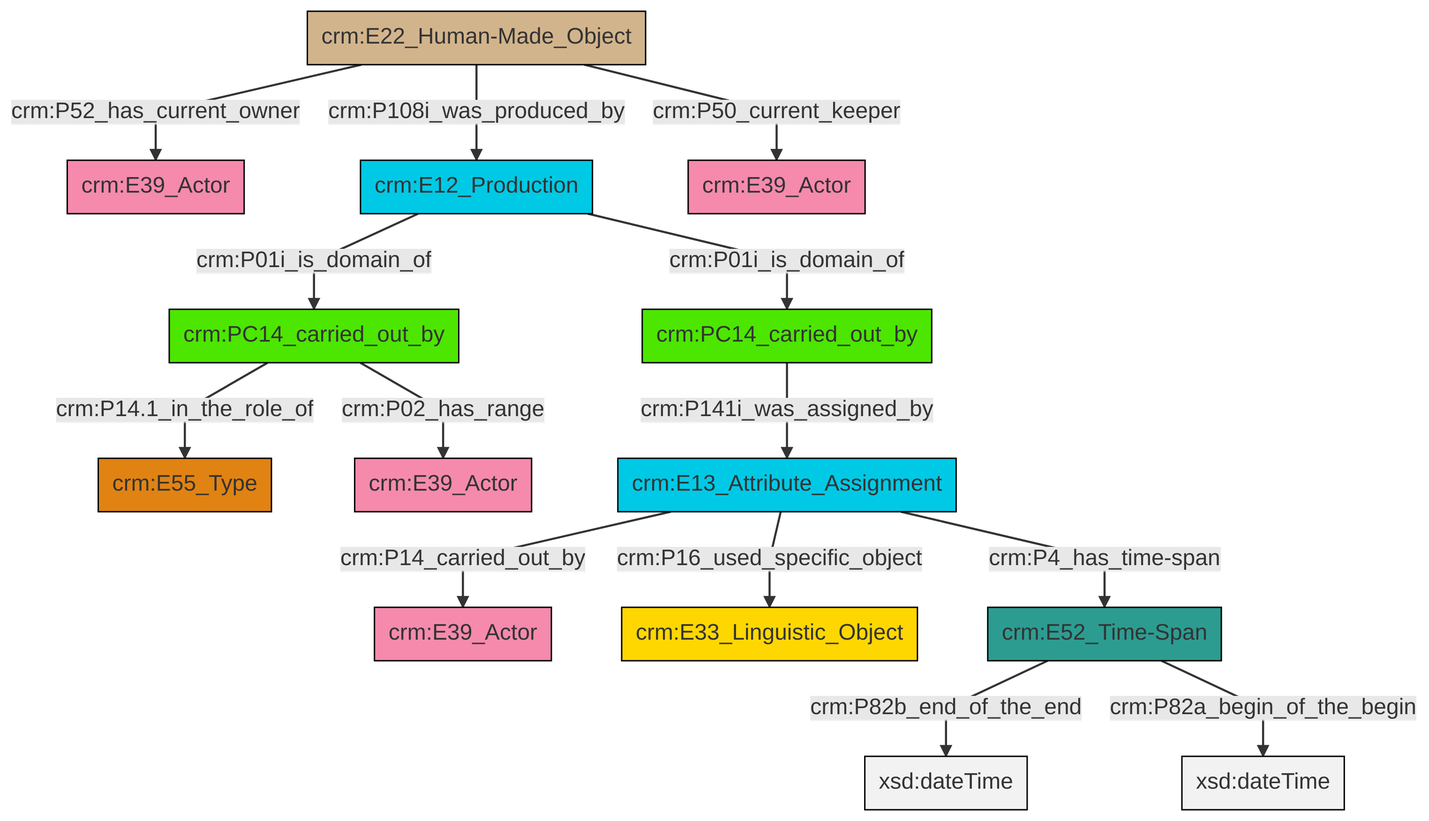
This is et/carrierCSV/ttl/mmd/png/carrier_relations.png from swiss-art-research-net/docs.swissartresearch, a Mermaid export, as it was before one commit. Its source is kept beside it as et/carrierCSV/ttl/mmd/carrier_relations.ttl.mmd.
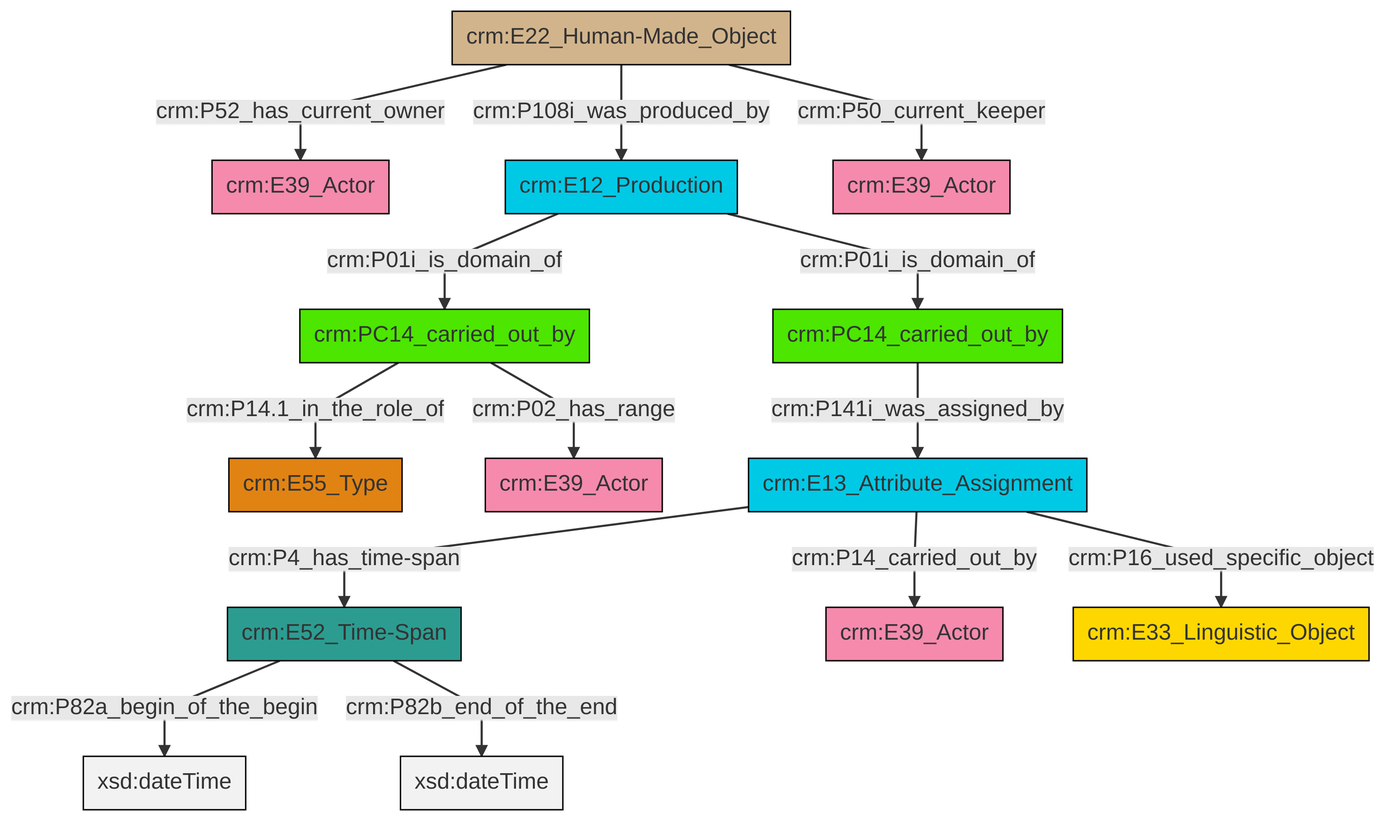
After the commit.

The edit, as a diff of the source:
```diff
@@ -13,16 +13,16 @@
 classDef PC_Classes fill:#4ce600, stroke:#000000;
 classDef Multi fill:#cccccc,stroke:#000000;
 
-8["crm:E13_Attribute_Assignment"]:::Temporal_Entity -->|crm:P14_carried_out_by| 9["crm:E39_Actor"]:::Actor
-6["crm:E52_Time-Span"]:::Time-Span -->|crm:P82b_end_of_the_end| 15[xsd:dateTime]:::Literal
-17["crm:PC14_carried_out_by"]:::PC_Classes -->|crm:P141i_was_assigned_by| 8["crm:E13_Attribute_Assignment"]:::Temporal_Entity
-18["crm:E12_Production"]:::Temporal_Entity -->|crm:P01i_is_domain_of| 4["crm:PC14_carried_out_by"]:::PC_Classes
-2["crm:E22_Human-Made_Object"]:::Physical_Thing -->|crm:P52_has_current_owner| 12["crm:E39_Actor"]:::Actor
-4["crm:PC14_carried_out_by"]:::PC_Classes -->|crm:P14.1_in_the_role_of| 19["crm:E55_Type"]:::Type
-18["crm:E12_Production"]:::Temporal_Entity -->|crm:P01i_is_domain_of| 17["crm:PC14_carried_out_by"]:::PC_Classes
-4["crm:PC14_carried_out_by"]:::PC_Classes -->|crm:P02_has_range| 0["crm:E39_Actor"]:::Actor
-8["crm:E13_Attribute_Assignment"]:::Temporal_Entity -->|crm:P16_used_specific_object| 21["crm:E33_Linguistic_Object"]:::Conceptual_Object
-8["crm:E13_Attribute_Assignment"]:::Temporal_Entity -->|crm:P4_has_time-span| 6["crm:E52_Time-Span"]:::Time-Span
-6["crm:E52_Time-Span"]:::Time-Span -->|crm:P82a_begin_of_the_begin| 24[xsd:dateTime]:::Literal
-2["crm:E22_Human-Made_Object"]:::Physical_Thing -->|crm:P108i_was_produced_by| 18["crm:E12_Production"]:::Temporal_Entity
-2["crm:E22_Human-Made_Object"]:::Physical_Thing -->|crm:P50_current_keeper| 10["crm:E39_Actor"]:::Actor
+0["crm:E52_Time-Span"]:::Time-Span -->|crm:P82a_begin_of_the_begin| 1[xsd:dateTime]:::Literal
+12["crm:PC14_carried_out_by"]:::PC_Classes -->|crm:P141i_was_assigned_by| 13["crm:E13_Attribute_Assignment"]:::Temporal_Entity
+10["crm:E12_Production"]:::Temporal_Entity -->|crm:P01i_is_domain_of| 8["crm:PC14_carried_out_by"]:::PC_Classes
+0["crm:E52_Time-Span"]:::Time-Span -->|crm:P82b_end_of_the_end| 15[xsd:dateTime]:::Literal
+13["crm:E13_Attribute_Assignment"]:::Temporal_Entity -->|crm:P14_carried_out_by| 16["crm:E39_Actor"]:::Actor
+21["crm:E22_Human-Made_Object"]:::Physical_Thing -->|crm:P108i_was_produced_by| 10["crm:E12_Production"]:::Temporal_Entity
+8["crm:PC14_carried_out_by"]:::PC_Classes -->|crm:P14.1_in_the_role_of| 4["crm:E55_Type"]:::Type
+21["crm:E22_Human-Made_Object"]:::Physical_Thing -->|crm:P50_current_keeper| 22["crm:E39_Actor"]:::Actor
+13["crm:E13_Attribute_Assignment"]:::Temporal_Entity -->|crm:P4_has_time-span| 0["crm:E52_Time-Span"]:::Time-Span
+13["crm:E13_Attribute_Assignment"]:::Temporal_Entity -->|crm:P16_used_specific_object| 18["crm:E33_Linguistic_Object"]:::Conceptual_Object
+21["crm:E22_Human-Made_Object"]:::Physical_Thing -->|crm:P52_has_current_owner| 2["crm:E39_Actor"]:::Actor
+10["crm:E12_Production"]:::Temporal_Entity -->|crm:P01i_is_domain_of| 12["crm:PC14_carried_out_by"]:::PC_Classes
+8["crm:PC14_carried_out_by"]:::PC_Classes -->|crm:P02_has_range| 6["crm:E39_Actor"]:::Actor
```
